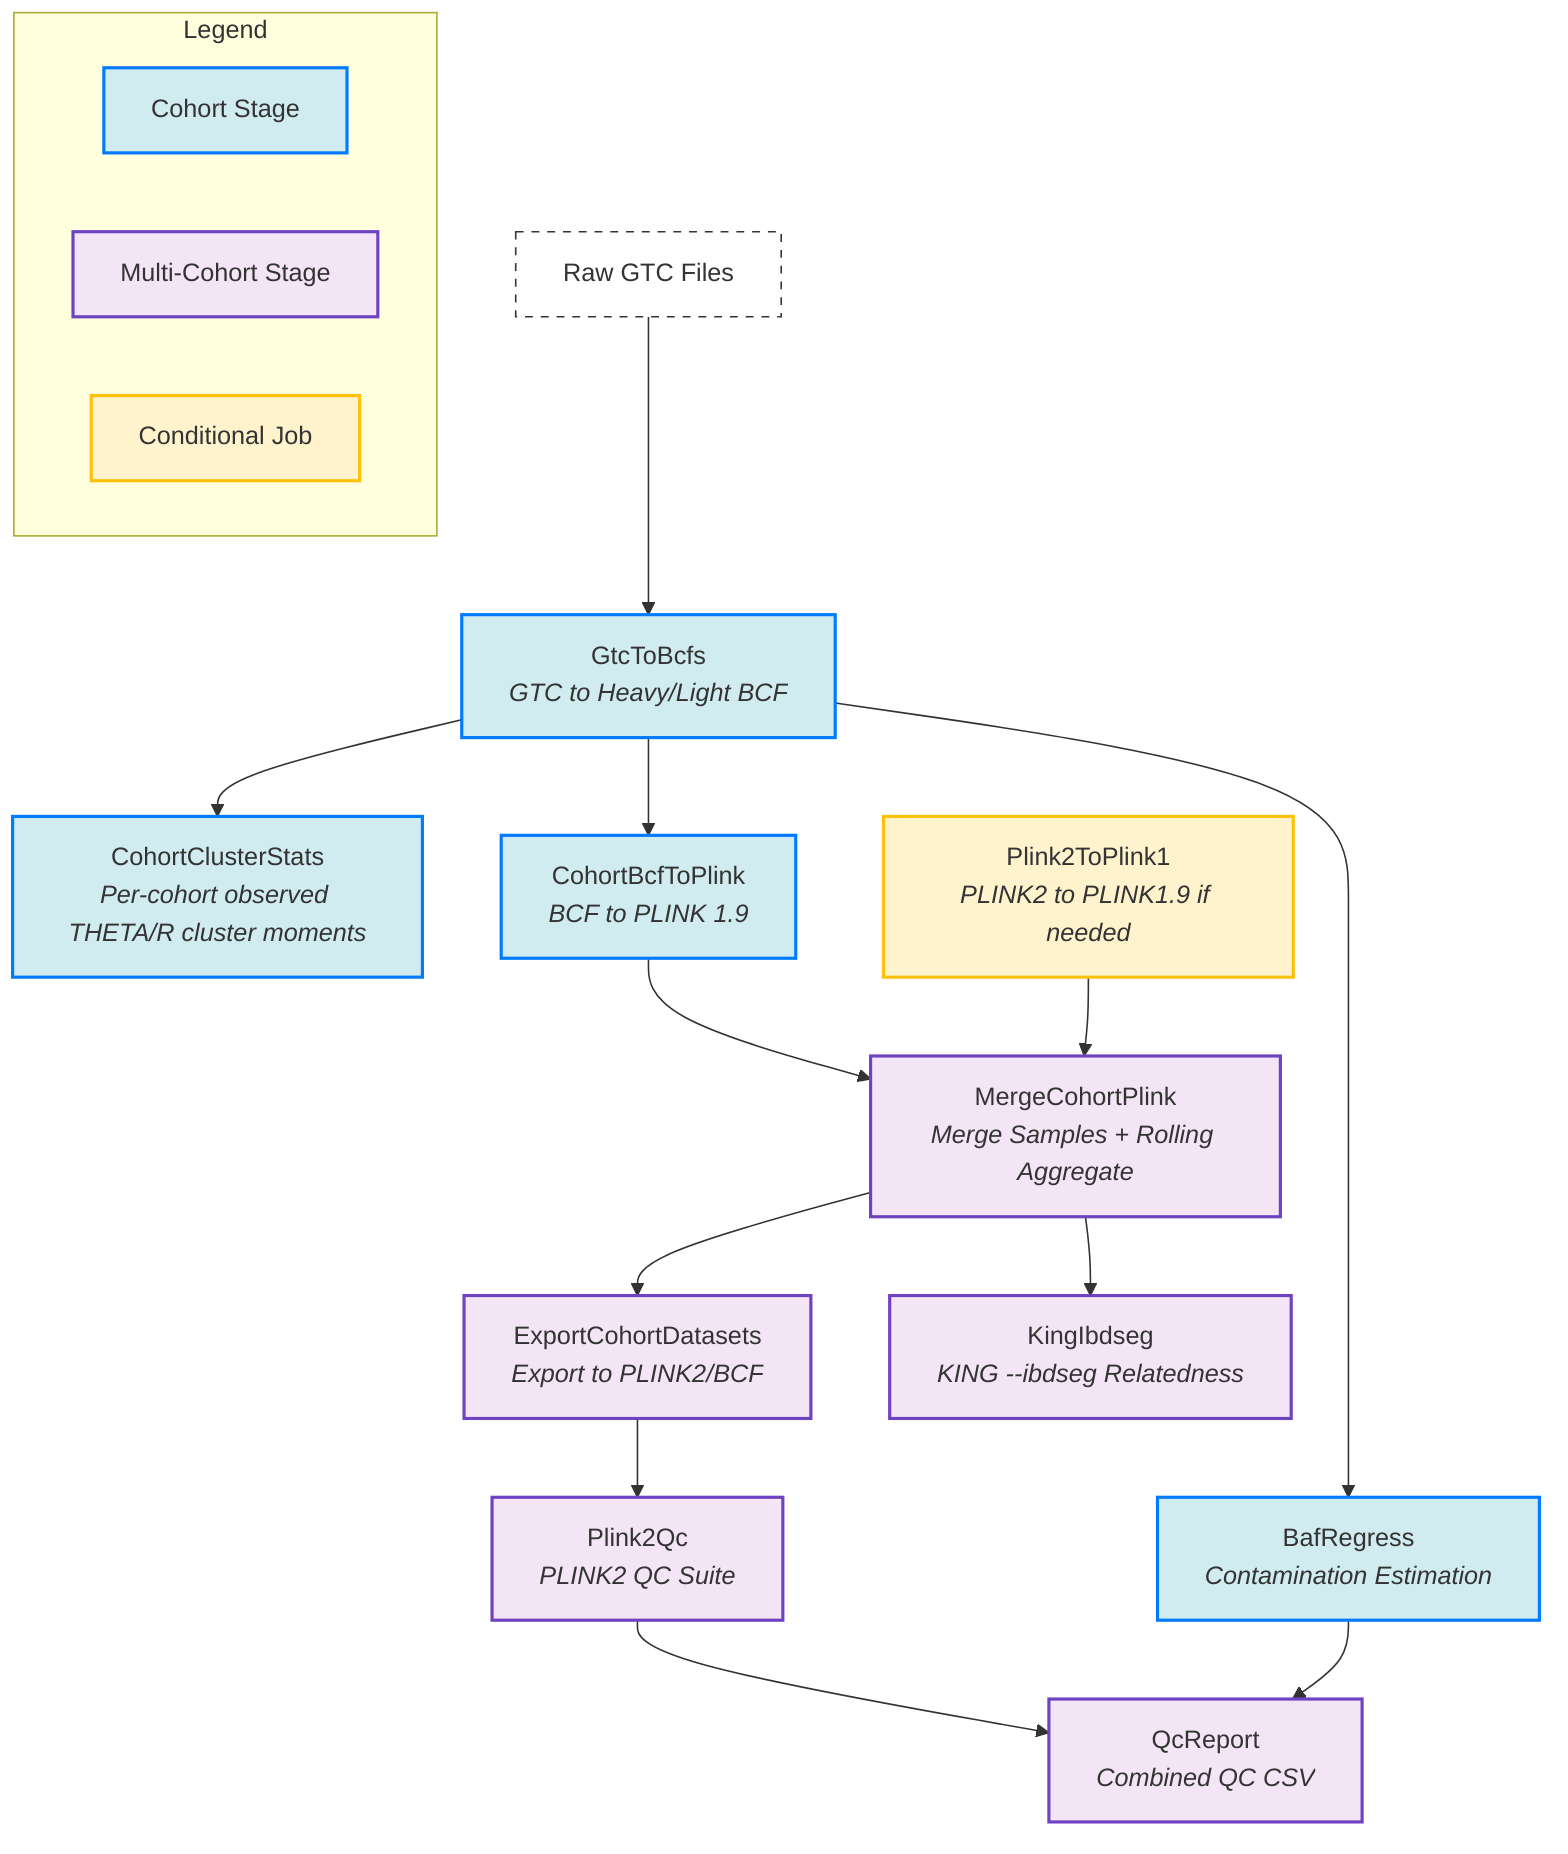
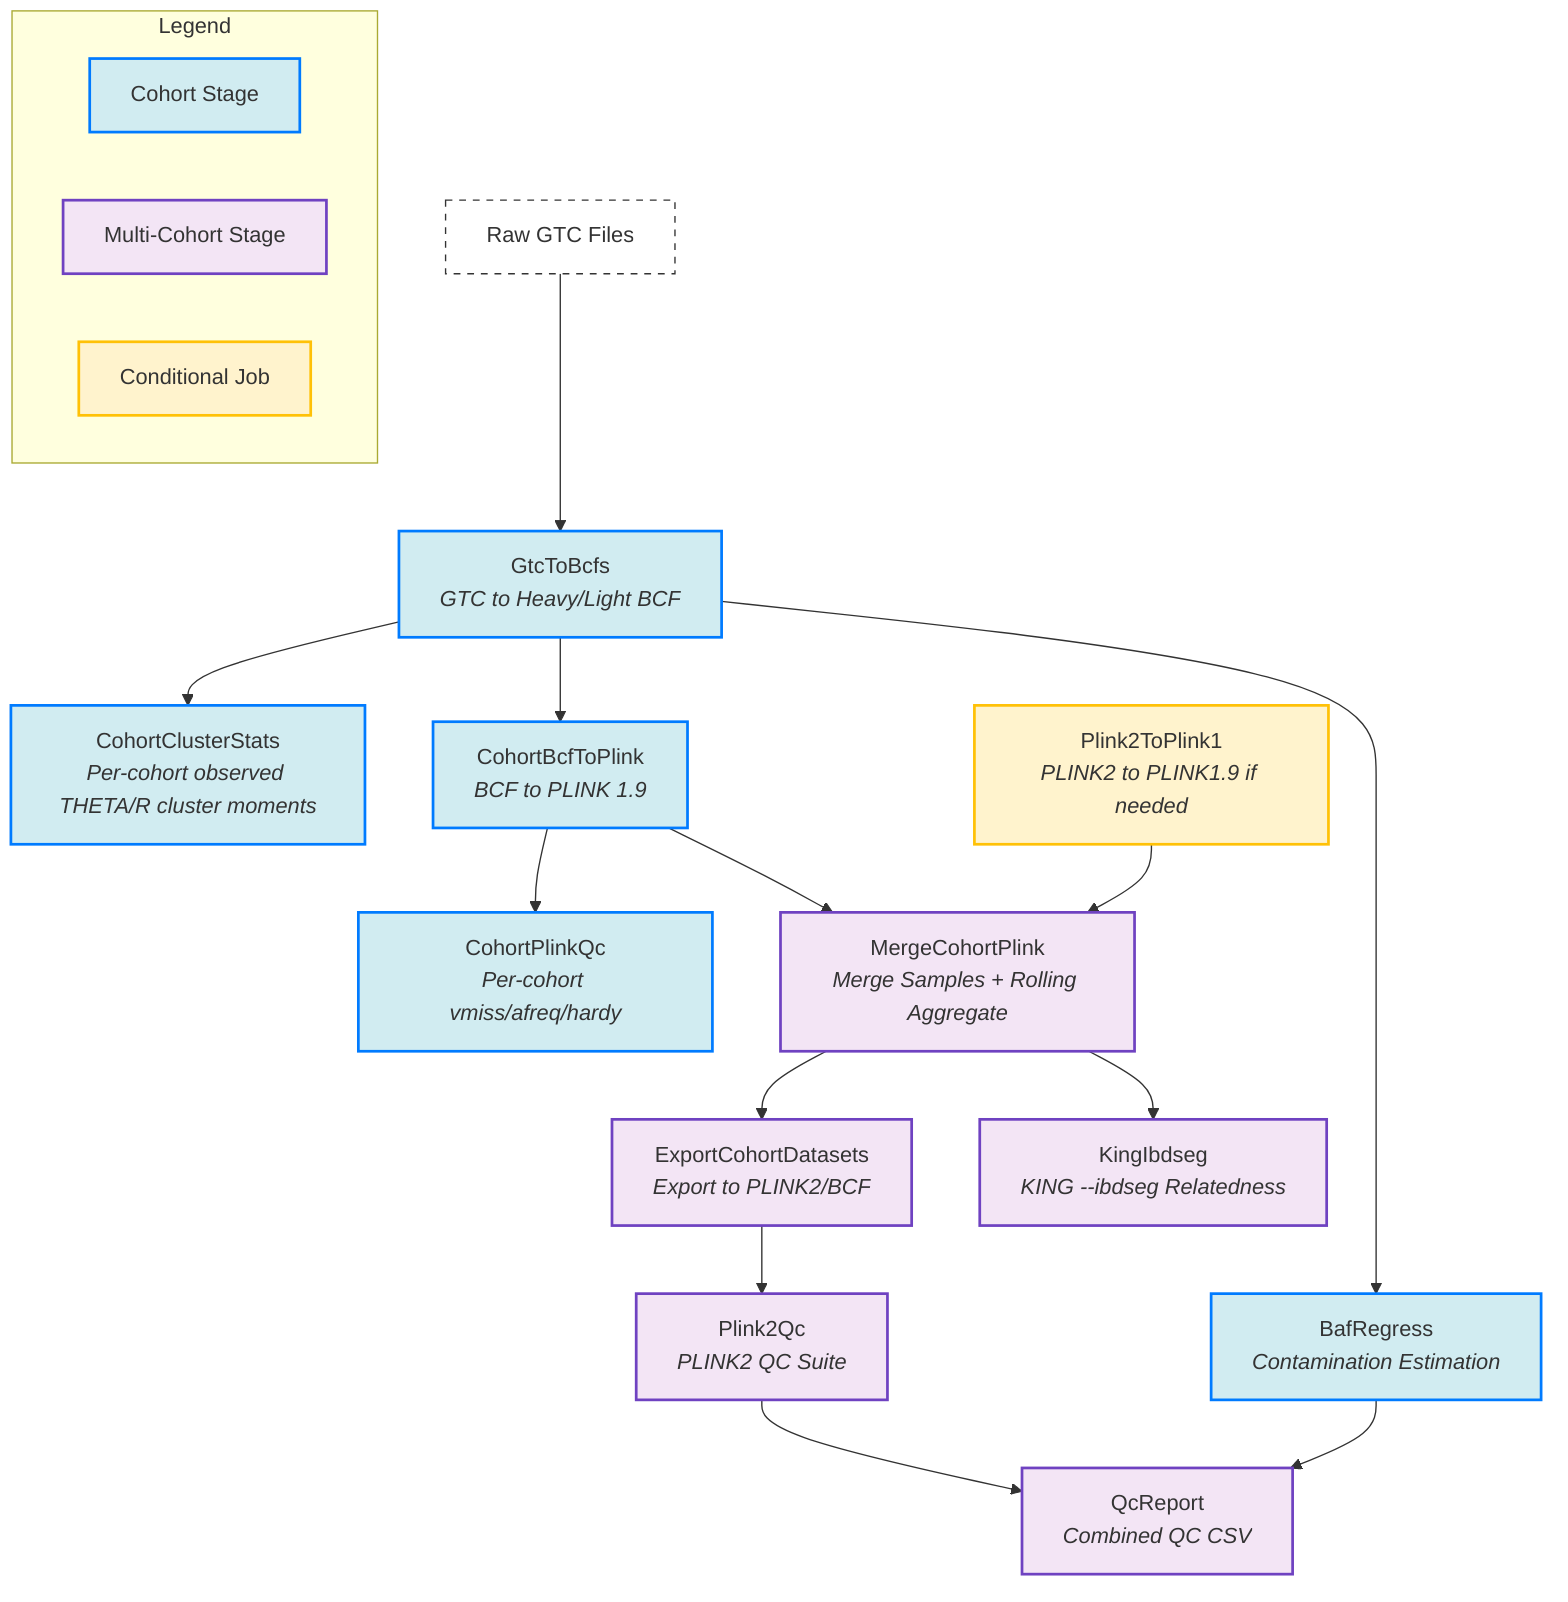
graph TD
    subgraph Legend
        direction LR
        L1[Cohort Stage]:::cohort
        L2[Multi-Cohort Stage]:::multicohort
        L3[Conditional Job]:::conditional
    end

    %% DAG Structure
    GTC[Raw GTC Files]:::data --> GtoB[GtcToBcfs<br/><i>GTC to Heavy/Light BCF</i>]:::cohort
    GtoB --> BAF[BafRegress<br/><i>Contamination Estimation</i>]:::cohort
    GtoB --> CCS[CohortClusterStats<br/><i>Per-cohort observed THETA/R cluster moments</i>]:::cohort
    GtoB --> BtoP[CohortBcfToPlink<br/><i>BCF to PLINK 1.9</i>]:::cohort
+     BtoP --> CPQ[CohortPlinkQc<br/><i>Per-cohort vmiss/afreq/hardy</i>]:::cohort
    BtoP --> MCP[MergeCohortPlink<br/><i>Merge Samples + Rolling Aggregate</i>]:::multicohort
    P2P1[Plink2ToPlink1<br/><i>PLINK2 to PLINK1.9 if needed</i>]:::conditional --> MCP
    MCP --> ECD[ExportCohortDatasets<br/><i>Export to PLINK2/BCF</i>]:::multicohort
    MCP --> KING[KingIbdseg<br/><i>KING --ibdseg Relatedness</i>]:::multicohort
    ECD --> QC[Plink2Qc<br/><i>PLINK2 QC Suite</i>]:::multicohort
    QC --> QR[QcReport<br/><i>Combined QC CSV</i>]:::multicohort
    BAF --> QR

    %% Component styling
    classDef cohort fill:#d1ecf1,stroke:#007bff,stroke-width:2px;
    classDef multicohort fill:#f3e5f5,stroke:#6f42c1,stroke-width:2px;
    classDef conditional fill:#fff3cd,stroke:#ffc107,stroke-width:2px;
    classDef data fill:#fff,stroke:#333,stroke-dasharray: 5 5;

    %% Explicit classes
-     class GtoB,BAF,CCS,BtoP cohort;
+     class GtoB,BAF,CCS,BtoP,CPQ cohort;
    class MCP,ECD,QC,KING,QR multicohort;
    class P2P1 conditional;
